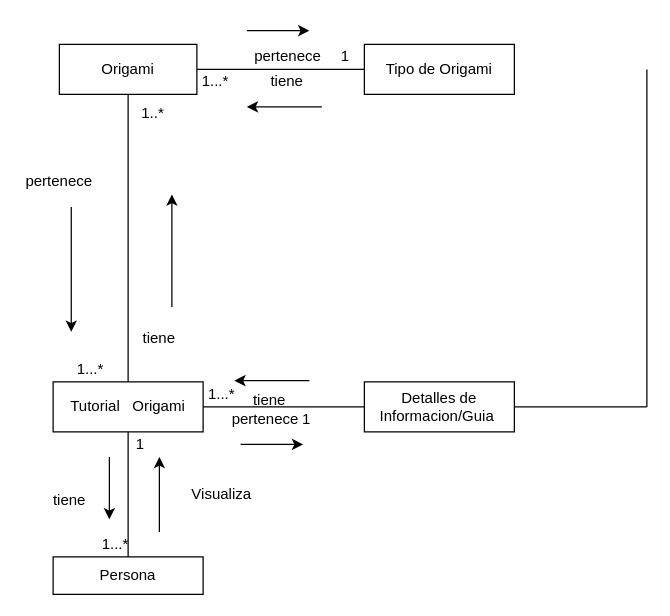
Earlier version of the draw.io diagram ModeloDeDominio3D.drawio (andrescastillo1996/documentacionMundoOrigami). Source tidied: cells renumbered, new cells numbered last; positions are measured from the earlier drawing's top-left corner, leaving out a move shared by most shapes. Both pictures are drawn from the tidied source at 125%, with x=0, y=0 at pixel (21, 30).
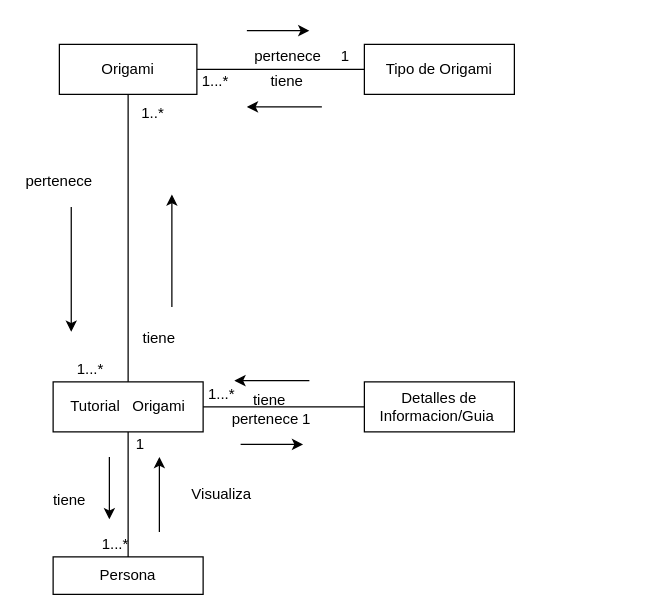
After the change.

Unchanged cells that the change refers to:
```xml
<mxCell id="4" value="Detalles de Informacion/Guia&amp;nbsp;" style="rounded=0;whiteSpace=wrap;html=1;" parent="1" vertex="1">
  <mxGeometry x="274" y="281" width="120" height="40" as="geometry" />
</mxCell>
```

What changed in the source:
```diff
@@
-    <mxCell id="8" style="endArrow=none;html=1;rounded=0;entryX=0;entryY=0.5;entryDx=0;entryDy=0;exitX=1;exitY=0.5;exitDx=0;exitDy=0;" parent="1" edge="1" source="4">
-      <mxGeometry relative="1" as="geometry">
-        <mxPoint x="500" y="301" as="targetPoint" />
-      </mxGeometry>
-    </mxCell>
@@
-    <mxCell id="36" style="endArrow=none;html=1;rounded=0;fontSize=12;" parent="1" edge="1">
-      <mxGeometry relative="1" as="geometry">
-        <mxPoint x="500" y="301" as="sourcePoint" />
-        <mxPoint x="500" y="31" as="targetPoint" />
-      </mxGeometry>
-    </mxCell>
```
